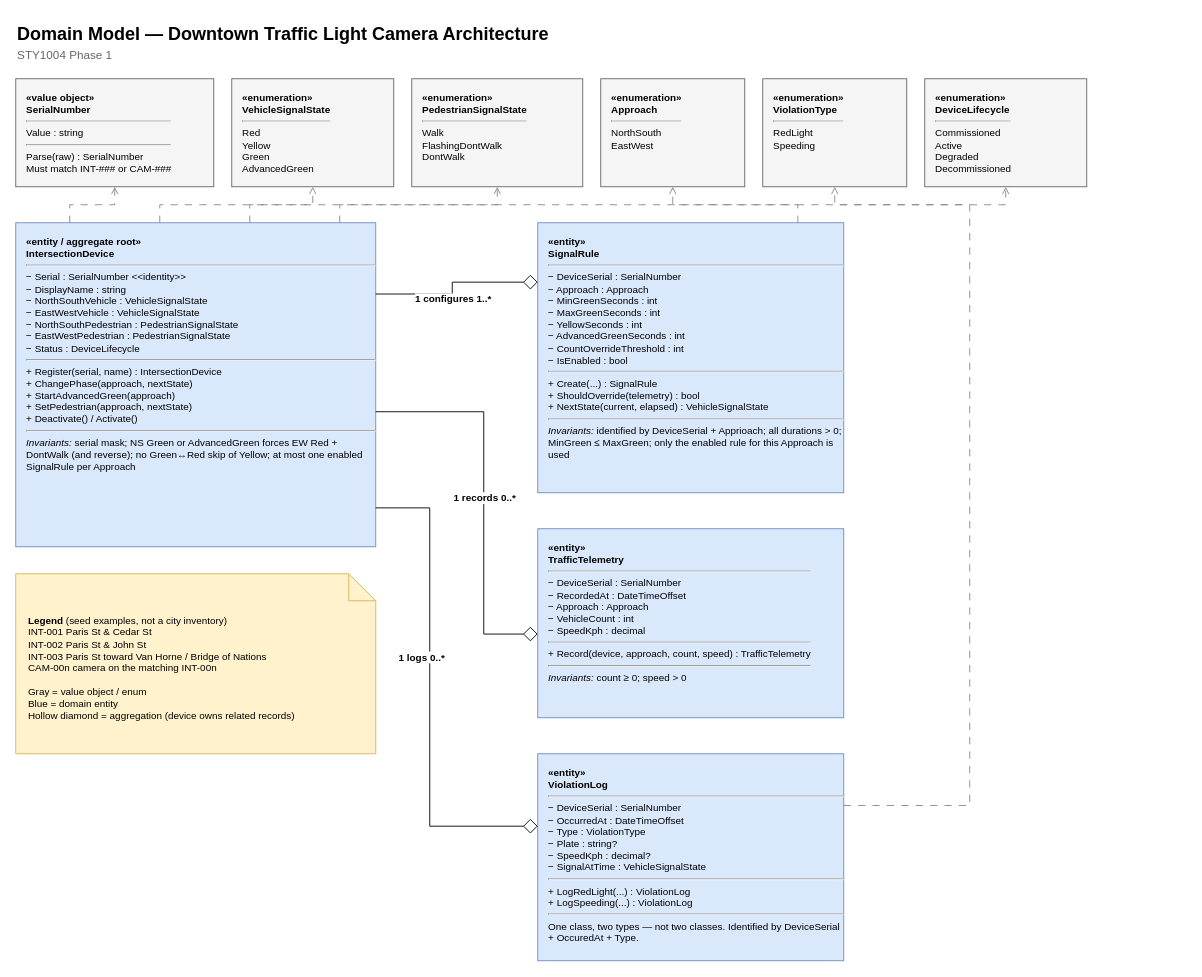
The draw.io diagram Phase 1/Domain-Model-Diagram.drawio in ryanspencer20/STY1004---Capstone-Project, before the edit. Source tidied: cells renumbered, new cells numbered last; positions are measured from the earlier drawing's top-left corner, leaving out a move shared by most shapes. Both pictures are drawn from the tidied source at 90%, with x=0, y=0 at pixel (15, 19).
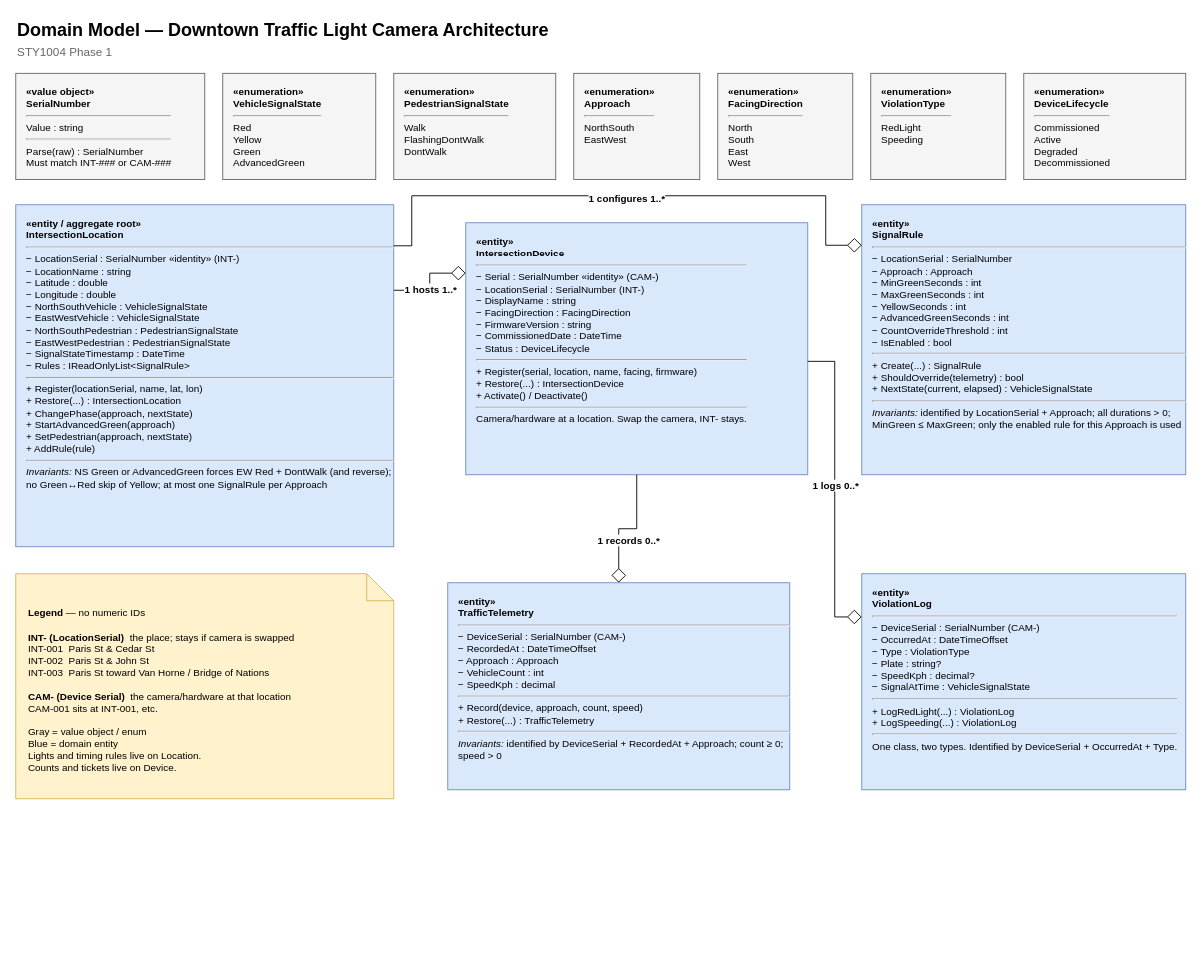
After the change.

Commit message (it also covers changes not shown here):
Update Phase 1 domain class diagram.

What changed in the source:
```diff
@@
     <mxCell id="2" value="Domain Model — Downtown Traffic Light Camera Architecture" style="text;html=1;strokeColor=none;fillColor=none;align=left;verticalAlign=middle;fontSize=20;fontStyle=1;" parent="1" vertex="1">
-      <mxGeometry width="900" height="30" as="geometry" />
+      <mxGeometry y="-4" width="900" height="30" as="geometry" />
     </mxCell>
-    <mxCell id="3" value="STY1004 Phase 1&amp;nbsp;" style="text;html=1;strokeColor=none;fillColor=none;align=left;verticalAlign=middle;fontSize=13;fontColor=#666666;" parent="1" vertex="1">
-      <mxGeometry y="28" width="700" height="24" as="geometry" />
+    <mxCell id="3" value="STY1004 Phase 1" style="text;html=1;strokeColor=none;fillColor=none;align=left;verticalAlign=middle;fontSize=13;fontColor=#666666;" parent="1" vertex="1">
+      <mxGeometry y="24" width="700" height="24" as="geometry" />
     </mxCell>
     <mxCell id="4" value="&lt;b&gt;«value object»&lt;/b&gt;&lt;br&gt;&lt;b&gt;SerialNumber&lt;/b&gt;&lt;hr&gt;Value : string&lt;hr&gt;Parse(raw) : SerialNumber&lt;br&gt;Must match INT-### or CAM-###" style="rounded=0;whiteSpace=wrap;html=1;align=left;verticalAlign=top;spacingLeft=10;spacingTop=8;fillColor=#f5f5f5;strokeColor=#666666;fontSize=11;" parent="1" vertex="1">
-      <mxGeometry y="66" width="220" height="120" as="geometry" />
+      <mxGeometry y="60" width="210" height="118" as="geometry" />
     </mxCell>
     <mxCell id="5" value="&lt;b&gt;«enumeration»&lt;/b&gt;&lt;br&gt;&lt;b&gt;VehicleSignalState&lt;/b&gt;&lt;hr&gt;Red&lt;br&gt;Yellow&lt;br&gt;Green&lt;br&gt;AdvancedGreen" style="rounded=0;whiteSpace=wrap;html=1;align=left;verticalAlign=top;spacingLeft=10;spacingTop=8;fillColor=#f5f5f5;strokeColor=#666666;fontSize=11;" parent="1" vertex="1">
-      <mxGeometry x="240" y="66" width="180" height="120" as="geometry" />
+      <mxGeometry x="230" y="60" width="170" height="118" as="geometry" />
     </mxCell>
     <mxCell id="6" value="&lt;b&gt;«enumeration»&lt;/b&gt;&lt;br&gt;&lt;b&gt;PedestrianSignalState&lt;/b&gt;&lt;hr&gt;Walk&lt;br&gt;FlashingDontWalk&lt;br&gt;DontWalk" style="rounded=0;whiteSpace=wrap;html=1;align=left;verticalAlign=top;spacingLeft=10;spacingTop=8;fillColor=#f5f5f5;strokeColor=#666666;fontSize=11;" parent="1" vertex="1">
-      <mxGeometry x="440" y="66" width="190" height="120" as="geometry" />
+      <mxGeometry x="420" y="60" width="180" height="118" as="geometry" />
     </mxCell>
     <mxCell id="7" value="&lt;b&gt;«enumeration»&lt;/b&gt;&lt;br&gt;&lt;b&gt;Approach&lt;/b&gt;&lt;hr&gt;NorthSouth&lt;br&gt;EastWest" style="rounded=0;whiteSpace=wrap;html=1;align=left;verticalAlign=top;spacingLeft=10;spacingTop=8;fillColor=#f5f5f5;strokeColor=#666666;fontSize=11;" parent="1" vertex="1">
-      <mxGeometry x="650" y="66" width="160" height="120" as="geometry" />
+      <mxGeometry x="620" y="60" width="140" height="118" as="geometry" />
     </mxCell>
+    <mxCell id="27" value="&lt;b&gt;«enumeration»&lt;/b&gt;&lt;br&gt;&lt;b&gt;FacingDirection&lt;/b&gt;&lt;hr&gt;North&lt;br&gt;South&lt;br&gt;East&lt;br&gt;West" style="rounded=0;whiteSpace=wrap;html=1;align=left;verticalAlign=top;spacingLeft=10;spacingTop=8;fillColor=#f5f5f5;strokeColor=#666666;fontSize=11;" parent="1" vertex="1">
+      <mxGeometry x="780" y="60" width="150" height="118" as="geometry" />
+    </mxCell>
     <mxCell id="8" value="&lt;b&gt;«enumeration»&lt;/b&gt;&lt;br&gt;&lt;b&gt;ViolationType&lt;/b&gt;&lt;hr&gt;RedLight&lt;br&gt;Speeding" style="rounded=0;whiteSpace=wrap;html=1;align=left;verticalAlign=top;spacingLeft=10;spacingTop=8;fillColor=#f5f5f5;strokeColor=#666666;fontSize=11;" parent="1" vertex="1">
-      <mxGeometry x="830" y="66" width="160" height="120" as="geometry" />
+      <mxGeometry x="950" y="60" width="150" height="118" as="geometry" />
     </mxCell>
     <mxCell id="9" value="&lt;b&gt;«enumeration»&lt;/b&gt;&lt;br&gt;&lt;b&gt;DeviceLifecycle&lt;/b&gt;&lt;hr&gt;Commissioned&lt;br&gt;Active&lt;br&gt;Degraded&lt;br&gt;Decommissioned" style="rounded=0;whiteSpace=wrap;html=1;align=left;verticalAlign=top;spacingLeft=10;spacingTop=8;fillColor=#f5f5f5;strokeColor=#666666;fontSize=11;" parent="1" vertex="1">
-      <mxGeometry x="1010" y="66" width="180" height="120" as="geometry" />
+      <mxGeometry x="1120" y="60" width="180" height="118" as="geometry" />
     </mxCell>
+    <mxCell id="28" value="&lt;b&gt;«entity / aggregate root»&lt;/b&gt;&lt;br&gt;&lt;b&gt;IntersectionLocation&lt;/b&gt;&lt;hr&gt;− LocationSerial : SerialNumber  «identity»  (INT-)&lt;br&gt;− LocationName : string&lt;br&gt;− Latitude : double&lt;br&gt;− Longitude : double&lt;br&gt;− NorthSouthVehicle : VehicleSignalState&lt;br&gt;− EastWestVehicle : VehicleSignalState&lt;br&gt;− NorthSouthPedestrian : PedestrianSignalState&lt;br&gt;− EastWestPedestrian : PedestrianSignalState&lt;br&gt;− SignalStateTimestamp : DateTime&lt;br&gt;− Rules : IReadOnlyList&amp;lt;SignalRule&amp;gt;&lt;hr&gt;+ Register(locationSerial, name, lat, lon)&lt;br&gt;+ Restore(...) : IntersectionLocation&lt;br&gt;+ ChangePhase(approach, nextState)&lt;br&gt;+ StartAdvancedGreen(approach)&lt;br&gt;+ SetPedestrian(approach, nextState)&lt;br&gt;+ AddRule(rule)&lt;hr&gt;&lt;i&gt;Invariants:&lt;/i&gt; NS Green or AdvancedGreen forces EW Red + DontWalk (and reverse); no Green↔Red skip of Yellow; at most one SignalRule per Approach" style="rounded=0;whiteSpace=wrap;html=1;align=left;verticalAlign=top;spacingLeft=10;spacingTop=8;fillColor=#dae8fc;strokeColor=#6c8ebf;fontSize=11;" parent="1" vertex="1">
+      <mxGeometry y="206" width="420" height="380" as="geometry" />
+    </mxCell>
-    <mxCell id="10" value="&lt;b&gt;«entity / aggregate root»&lt;/b&gt;&lt;br&gt;&lt;b&gt;IntersectionDevice&lt;/b&gt;&lt;hr&gt;− Serial : SerialNumber &amp;lt;&amp;lt;identity&amp;gt;&amp;gt;&lt;br&gt;− DisplayName : string&lt;br&gt;− NorthSouthVehicle : VehicleSignalState&lt;br&gt;− EastWestVehicle : VehicleSignalState&lt;br&gt;− NorthSouthPedestrian : PedestrianSignalState&lt;br&gt;− EastWestPedestrian : PedestrianSignalState&lt;br&gt;− Status : DeviceLifecycle&lt;hr&gt;+ Register(serial, name) : IntersectionDevice&lt;br&gt;+ ChangePhase(approach, nextState)&lt;br&gt;+ StartAdvancedGreen(approach)&lt;br&gt;+ SetPedestrian(approach, nextState)&lt;br&gt;+ Deactivate() / Activate()&lt;hr&gt;&lt;i&gt;Invariants:&lt;/i&gt; serial mask; NS Green or AdvancedGreen forces EW Red + DontWalk (and reverse); no Green↔Red skip of Yellow; at most one enabled SignalRule per Approach" style="rounded=0;whiteSpace=wrap;html=1;align=left;verticalAlign=top;spacingLeft=10;spacingTop=8;fillColor=#dae8fc;strokeColor=#6c8ebf;fontSize=11;" parent="1" vertex="1">
-      <mxGeometry y="226" width="400" height="360" as="geometry" />
+    <mxCell id="10" value="&lt;b&gt;«entity»&lt;/b&gt;&lt;br&gt;&lt;b&gt;IntersectionDevice&lt;/b&gt;&lt;hr&gt;− Serial : SerialNumber  «identity»  (CAM-)&lt;br&gt;− LocationSerial : SerialNumber  (INT-)&lt;br&gt;− DisplayName : string&lt;br&gt;− FacingDirection : FacingDirection&lt;br&gt;− FirmwareVersion : string&lt;br&gt;− CommissionedDate : DateTime&lt;br&gt;− Status : DeviceLifecycle&lt;hr&gt;+ Register(serial, location, name, facing, firmware)&lt;br&gt;+ Restore(...) : IntersectionDevice&lt;br&gt;+ Activate() / Deactivate()&lt;hr&gt;Camera/hardware at a location. Swap the camera, INT- stays." style="rounded=0;whiteSpace=wrap;html=1;align=left;verticalAlign=top;spacingLeft=10;spacingTop=8;fillColor=#dae8fc;strokeColor=#6c8ebf;fontSize=11;" parent="1" vertex="1">
+      <mxGeometry x="500" y="226" width="380" height="280" as="geometry" />
     </mxCell>
-    <mxCell id="11" value="&lt;b&gt;«entity»&lt;/b&gt;&lt;br&gt;&lt;b&gt;SignalRule&lt;/b&gt;&lt;hr&gt;− DeviceSerial : SerialNumber&lt;br&gt;− Approach : Approach&lt;br&gt;− MinGreenSeconds : int&lt;br&gt;− MaxGreenSeconds : int&lt;br&gt;− YellowSeconds : int&lt;br&gt;− AdvancedGreenSeconds : int&lt;br&gt;− CountOverrideThreshold : int&lt;br&gt;− IsEnabled : bool&lt;hr&gt;+ Create(...) : SignalRule&lt;br&gt;+ ShouldOverride(telemetry) : bool&lt;br&gt;+ NextState(current, elapsed) : VehicleSignalState&lt;hr&gt;&lt;i&gt;Invariants:&lt;/i&gt;&amp;nbsp;identified by DeviceSerial + Apprioach; all durations &amp;gt; 0; MinGreen ≤ MaxGreen; only the enabled rule for this Approach is used" style="rounded=0;whiteSpace=wrap;html=1;align=left;verticalAlign=top;spacingLeft=10;spacingTop=8;fillColor=#dae8fc;strokeColor=#6c8ebf;fontSize=11;" parent="1" vertex="1">
-      <mxGeometry x="580" y="226" width="340" height="300" as="geometry" />
+    <mxCell id="11" value="&lt;b&gt;«entity»&lt;/b&gt;&lt;br&gt;&lt;b&gt;SignalRule&lt;/b&gt;&lt;hr&gt;− LocationSerial : SerialNumber&lt;br&gt;− Approach : Approach&lt;br&gt;− MinGreenSeconds : int&lt;br&gt;− MaxGreenSeconds : int&lt;br&gt;− YellowSeconds : int&lt;br&gt;− AdvancedGreenSeconds : int&lt;br&gt;− CountOverrideThreshold : int&lt;br&gt;− IsEnabled : bool&lt;hr&gt;+ Create(...) : SignalRule&lt;br&gt;+ ShouldOverride(telemetry) : bool&lt;br&gt;+ NextState(current, elapsed) : VehicleSignalState&lt;hr&gt;&lt;i&gt;Invariants:&lt;/i&gt; identified by LocationSerial + Approach; all durations &gt; 0; MinGreen ≤ MaxGreen; only the enabled rule for this Approach is used" style="rounded=0;whiteSpace=wrap;html=1;align=left;verticalAlign=top;spacingLeft=10;spacingTop=8;fillColor=#dae8fc;strokeColor=#6c8ebf;fontSize=11;" parent="1" vertex="1">
+      <mxGeometry x="940" y="206" width="360" height="300" as="geometry" />
     </mxCell>
-    <mxCell id="12" value="&lt;b&gt;«entity»&lt;/b&gt;&lt;br&gt;&lt;b&gt;TrafficTelemetry&lt;/b&gt;&lt;hr&gt;− DeviceSerial : SerialNumber&lt;br&gt;− RecordedAt : DateTimeOffset&lt;br&gt;− Approach : Approach&lt;br&gt;− VehicleCount : int&lt;br&gt;− SpeedKph : decimal&lt;hr&gt;+ Record(device, approach, count, speed) : TrafficTelemetry&lt;hr&gt;&lt;i&gt;Invariants:&lt;/i&gt; count ≥ 0; speed &amp;gt; 0" style="rounded=0;whiteSpace=wrap;html=1;align=left;verticalAlign=top;spacingLeft=10;spacingTop=8;fillColor=#dae8fc;strokeColor=#6c8ebf;fontSize=11;" parent="1" vertex="1">
-      <mxGeometry x="580" y="566" width="340" height="210" as="geometry" />
+    <mxCell id="12" value="&lt;b&gt;«entity»&lt;/b&gt;&lt;br&gt;&lt;b&gt;TrafficTelemetry&lt;/b&gt;&lt;hr&gt;− DeviceSerial : SerialNumber  (CAM-)&lt;br&gt;− RecordedAt : DateTimeOffset&lt;br&gt;− Approach : Approach&lt;br&gt;− VehicleCount : int&lt;br&gt;− SpeedKph : decimal&lt;hr&gt;+ Record(device, approach, count, speed)&lt;br&gt;+ Restore(...) : TrafficTelemetry&lt;hr&gt;&lt;i&gt;Invariants:&lt;/i&gt; identified by DeviceSerial + RecordedAt + Approach; count ≥ 0; speed &gt; 0" style="rounded=0;whiteSpace=wrap;html=1;align=left;verticalAlign=top;spacingLeft=10;spacingTop=8;fillColor=#dae8fc;strokeColor=#6c8ebf;fontSize=11;" parent="1" vertex="1">
+      <mxGeometry x="480" y="626" width="380" height="230" as="geometry" />
     </mxCell>
-    <mxCell id="13" value="&lt;b&gt;«entity»&lt;/b&gt;&lt;br&gt;&lt;b&gt;ViolationLog&lt;/b&gt;&lt;hr&gt;− DeviceSerial : SerialNumber&lt;br&gt;− OccurredAt : DateTimeOffset&lt;br&gt;− Type : ViolationType&lt;br&gt;− Plate : string?&lt;br&gt;− SpeedKph : decimal?&lt;br&gt;− SignalAtTime : VehicleSignalState&lt;hr&gt;+ LogRedLight(...) : ViolationLog&lt;br&gt;+ LogSpeeding(...) : ViolationLog&lt;hr&gt;One class, two types — not two classes. Identified by DeviceSerial + OccuredAt + Type." style="rounded=0;whiteSpace=wrap;html=1;align=left;verticalAlign=top;spacingLeft=10;spacingTop=8;fillColor=#dae8fc;strokeColor=#6c8ebf;fontSize=11;" parent="1" vertex="1">
-      <mxGeometry x="580" y="816" width="340" height="230" as="geometry" />
+    <mxCell id="13" value="&lt;b&gt;«entity»&lt;/b&gt;&lt;br&gt;&lt;b&gt;ViolationLog&lt;/b&gt;&lt;hr&gt;− DeviceSerial : SerialNumber  (CAM-)&lt;br&gt;− OccurredAt : DateTimeOffset&lt;br&gt;− Type : ViolationType&lt;br&gt;− Plate : string?&lt;br&gt;− SpeedKph : decimal?&lt;br&gt;− SignalAtTime : VehicleSignalState&lt;hr&gt;+ LogRedLight(...) : ViolationLog&lt;br&gt;+ LogSpeeding(...) : ViolationLog&lt;hr&gt;One class, two types. Identified by DeviceSerial + OccurredAt + Type." style="rounded=0;whiteSpace=wrap;html=1;align=left;verticalAlign=top;spacingLeft=10;spacingTop=8;fillColor=#dae8fc;strokeColor=#6c8ebf;fontSize=11;" parent="1" vertex="1">
+      <mxGeometry x="940" y="616" width="360" height="240" as="geometry" />
     </mxCell>
-    <mxCell id="14" value="&lt;b&gt;Legend&lt;/b&gt; (seed examples, not a city inventory)&lt;br&gt;INT-001  Paris St &amp;amp; Cedar St&lt;br&gt;INT-002  Paris St &amp;amp; John St&lt;br&gt;INT-003  Paris St toward Van Horne / Bridge of Nations&lt;br&gt;CAM-00n  camera on the matching INT-00n&lt;br&gt;&lt;br&gt;Gray = value object / enum&lt;br&gt;Blue = domain entity&lt;br&gt;Hollow diamond = aggregation (device owns related records)" style="shape=note;whiteSpace=wrap;html=1;align=left;spacingLeft=12;spacingTop=10;fillColor=#fff2cc;strokeColor=#d6b656;fontSize=11;" parent="1" vertex="1">
-      <mxGeometry y="616" width="400" height="200" as="geometry" />
+    <mxCell id="14" value="&lt;b&gt;Legend&lt;/b&gt; — no numeric IDs&lt;br&gt;&lt;br&gt;&lt;b&gt;INT- (LocationSerial)&lt;/b&gt;&amp;nbsp;&amp;nbsp;the place; stays if camera is swapped&lt;br&gt;INT-001&amp;nbsp;&amp;nbsp;Paris St &amp; Cedar St&lt;br&gt;INT-002&amp;nbsp;&amp;nbsp;Paris St &amp; John St&lt;br&gt;INT-003&amp;nbsp;&amp;nbsp;Paris St toward Van Horne / Bridge of Nations&lt;br&gt;&lt;br&gt;&lt;b&gt;CAM- (Device Serial)&lt;/b&gt;&amp;nbsp;&amp;nbsp;the camera/hardware at that location&lt;br&gt;CAM-001 sits at INT-001, etc.&lt;br&gt;&lt;br&gt;Gray = value object / enum&lt;br&gt;Blue = domain entity&lt;br&gt;Lights and timing rules live on Location.&lt;br&gt;Counts and tickets live on Device." style="shape=note;whiteSpace=wrap;html=1;align=left;spacingLeft=12;spacingTop=10;fillColor=#fff2cc;strokeColor=#d6b656;fontSize=11;" parent="1" vertex="1">
+      <mxGeometry y="616" width="420" height="250" as="geometry" />
     </mxCell>
-    <mxCell id="15" style="edgeStyle=orthogonalEdgeStyle;rounded=0;jettySize=auto;html=1;endArrow=diamond;endFill=0;endSize=14;strokeWidth=1;exitX=1;exitY=0.22;exitDx=0;exitDy=0;entryX=0;entryY=0.22;entryDx=0;entryDy=0;" parent="1" edge="1" source="10" target="11">
-      <mxGeometry relative="1" as="geometry" />
-    </mxCell>
+    <mxCell id="29" style="edgeStyle=orthogonalEdgeStyle;rounded=0;html=1;endArrow=diamond;endFill=0;endSize=14;exitX=1;exitY=0.25;entryX=0;entryY=0.2;" parent="1" edge="1" source="28" target="10">
+      <mxGeometry relative="1" as="geometry" />
+    </mxCell>
+    <mxCell id="30" value="1  hosts  1..*" style="edgeLabel;html=1;align=center;fontSize=11;fontStyle=1;labelBackgroundColor=#ffffff;" parent="29" vertex="1">
+      <mxGeometry x="-0.05" relative="1" as="geometry">
+        <mxPoint y="-7" as="offset" />
+      </mxGeometry>
+    </mxCell>
+    <mxCell id="31" style="edgeStyle=orthogonalEdgeStyle;rounded=0;html=1;endArrow=diamond;endFill=0;endSize=14;exitX=1;exitY=0.12;entryX=0;entryY=0.15;" parent="1" edge="1" source="28" target="11">
+      <mxGeometry relative="1" as="geometry">
+        <Array as="points">
+          <mxPoint x="440" y="252" />
+          <mxPoint x="440" y="196" />
+          <mxPoint x="900" y="196" />
+          <mxPoint x="900" y="251" />
+        </Array>
+      </mxGeometry>
+    </mxCell>
-    <mxCell id="16" value="1  configures  1..*" style="edgeLabel;html=1;align=center;fontSize=11;fontStyle=1;labelBackgroundColor=#ffffff;" parent="15" vertex="1">
-      <mxGeometry x="-0.05" relative="1" as="geometry" />
+    <mxCell id="16" value="1  configures  1..*" style="edgeLabel;html=1;align=center;fontSize=11;fontStyle=1;labelBackgroundColor=#ffffff;" parent="31" vertex="1">
+      <mxGeometry x="-0.15" relative="1" as="geometry">
+        <mxPoint x="46" y="-10" as="offset" />
+      </mxGeometry>
     </mxCell>
-    <mxCell id="17" style="edgeStyle=orthogonalEdgeStyle;rounded=0;orthogonalLoop=1;jettySize=auto;html=1;endArrow=diamond;endFill=0;endSize=14;strokeWidth=1;exitX=1;exitY=0.55;exitDx=0;exitDy=0;entryX=0;entryY=0.5;entryDx=0;entryDy=0;" parent="1" edge="1">
-      <mxGeometry relative="1" as="geometry">
-        <mxPoint x="400" y="436" as="sourcePoint" />
-        <mxPoint x="580" y="683" as="targetPoint" />
-        <Array as="points">
-          <mxPoint x="520" y="436" />
-          <mxPoint x="520" y="683" />
-        </Array>
-      </mxGeometry>
-    </mxCell>
+    <mxCell id="32" style="edgeStyle=orthogonalEdgeStyle;rounded=0;html=1;endArrow=diamond;endFill=0;endSize=14;exitX=0.5;exitY=1;entryX=0.5;entryY=0;" parent="1" edge="1" source="10" target="12">
+      <mxGeometry relative="1" as="geometry" />
+    </mxCell>
-    <mxCell id="18" value="1  records  0..*" style="edgeLabel;html=1;align=center;fontSize=11;fontStyle=1;labelBackgroundColor=#ffffff;" parent="17" vertex="1">
-      <mxGeometry x="-0.05" relative="1" as="geometry" />
+    <mxCell id="18" value="1  records  0..*" style="edgeLabel;html=1;align=center;fontSize=11;fontStyle=1;labelBackgroundColor=#ffffff;" parent="32" vertex="1">
+      <mxGeometry relative="1" as="geometry" />
     </mxCell>
-    <mxCell id="19" style="edgeStyle=orthogonalEdgeStyle;rounded=0;jettySize=auto;html=1;endArrow=diamond;endFill=0;endSize=14;strokeWidth=1;exitX=1;exitY=0.88;exitDx=0;exitDy=0;entryX=0;entryY=0.35;entryDx=0;entryDy=0;" parent="1" edge="1" source="10" target="13">
-      <mxGeometry relative="1" as="geometry">
-        <Array as="points">
-          <mxPoint x="460" y="543" />
-          <mxPoint x="460" y="896" />
-        </Array>
-      </mxGeometry>
+    <mxCell id="19" style="edgeStyle=orthogonalEdgeStyle;rounded=0;html=1;endArrow=diamond;endFill=0;endSize=14;exitX=1;exitY=0.55;entryX=0;entryY=0.2;" parent="1" edge="1" source="10" target="13">
+      <mxGeometry relative="1" as="geometry" />
     </mxCell>
     <mxCell id="20" value="1  logs  0..*" style="edgeLabel;html=1;align=center;fontSize=11;fontStyle=1;labelBackgroundColor=#ffffff;" parent="19" vertex="1">
-      <mxGeometry x="-0.2" relative="1" as="geometry">
-        <mxPoint x="-10" as="offset" />
-      </mxGeometry>
+      <mxGeometry x="-0.1" relative="1" as="geometry" />
     </mxCell>
-    <mxCell id="21" style="edgeStyle=orthogonalEdgeStyle;rounded=0;html=1;dashed=1;dashPattern=8 8;endArrow=open;endFill=0;exitX=0.15;exitY=0;exitDx=0;exitDy=0;entryX=0.5;entryY=1;entryDx=0;entryDy=0;strokeColor=#888888;" parent="1" edge="1" source="10" target="4">
-      <mxGeometry relative="1" as="geometry" />
-    </mxCell>
-    <mxCell id="22" style="edgeStyle=orthogonalEdgeStyle;rounded=0;html=1;dashed=1;dashPattern=8 8;endArrow=open;endFill=0;exitX=0.4;exitY=0;exitDx=0;exitDy=0;entryX=0.5;entryY=1;entryDx=0;entryDy=0;strokeColor=#888888;" parent="1" edge="1" source="10" target="5">
-      <mxGeometry relative="1" as="geometry" />
-    </mxCell>
-    <mxCell id="23" style="edgeStyle=orthogonalEdgeStyle;rounded=0;html=1;dashed=1;dashPattern=8 8;endArrow=open;endFill=0;exitX=0.65;exitY=0;exitDx=0;exitDy=0;entryX=0.5;entryY=1;entryDx=0;entryDy=0;strokeColor=#888888;" parent="1" edge="1" source="10" target="6">
-      <mxGeometry relative="1" as="geometry" />
-    </mxCell>
-    <mxCell id="24" style="edgeStyle=orthogonalEdgeStyle;rounded=0;html=1;dashed=1;dashPattern=8 8;endArrow=open;endFill=0;exitX=0.9;exitY=0;exitDx=0;exitDy=0;entryX=0.5;entryY=1;entryDx=0;entryDy=0;strokeColor=#888888;" parent="1" edge="1" source="10" target="9">
-      <mxGeometry relative="1" as="geometry">
-        <Array as="points">
-          <mxPoint x="360" y="206" />
-          <mxPoint x="1100" y="206" />
-        </Array>
-      </mxGeometry>
-    </mxCell>
-    <mxCell id="25" style="edgeStyle=orthogonalEdgeStyle;rounded=0;html=1;dashed=1;dashPattern=8 8;endArrow=open;endFill=0;exitX=0.85;exitY=0;exitDx=0;exitDy=0;entryX=0.5;entryY=1;entryDx=0;entryDy=0;strokeColor=#888888;" parent="1" edge="1" source="11" target="7">
-      <mxGeometry relative="1" as="geometry" />
-    </mxCell>
-    <mxCell id="26" style="edgeStyle=orthogonalEdgeStyle;rounded=0;html=1;dashed=1;dashPattern=8 8;endArrow=open;endFill=0;exitX=1;exitY=0.25;exitDx=0;exitDy=0;entryX=0.5;entryY=1;entryDx=0;entryDy=0;strokeColor=#888888;" parent="1" edge="1" source="13" target="8">
-      <mxGeometry relative="1" as="geometry">
-        <Array as="points">
-          <mxPoint x="1060" y="874" />
-          <mxPoint x="1060" y="206" />
-          <mxPoint x="910" y="206" />
-        </Array>
-      </mxGeometry>
-    </mxCell>
```
